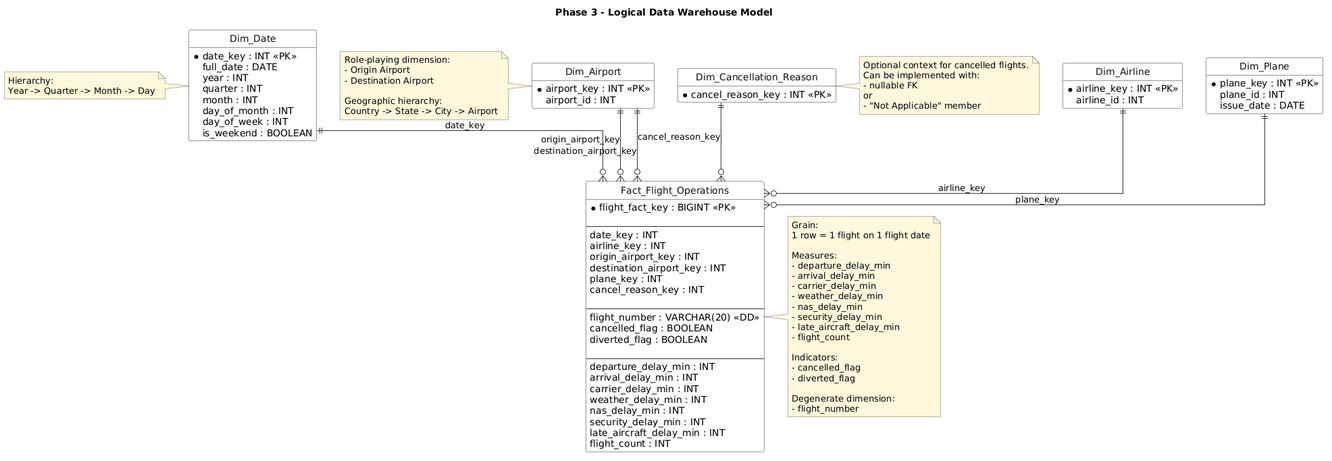
The PlantUML diagram docs/phase3/phase3.png in piotrek1459/flight-delays-data-warehouse, before a commit.
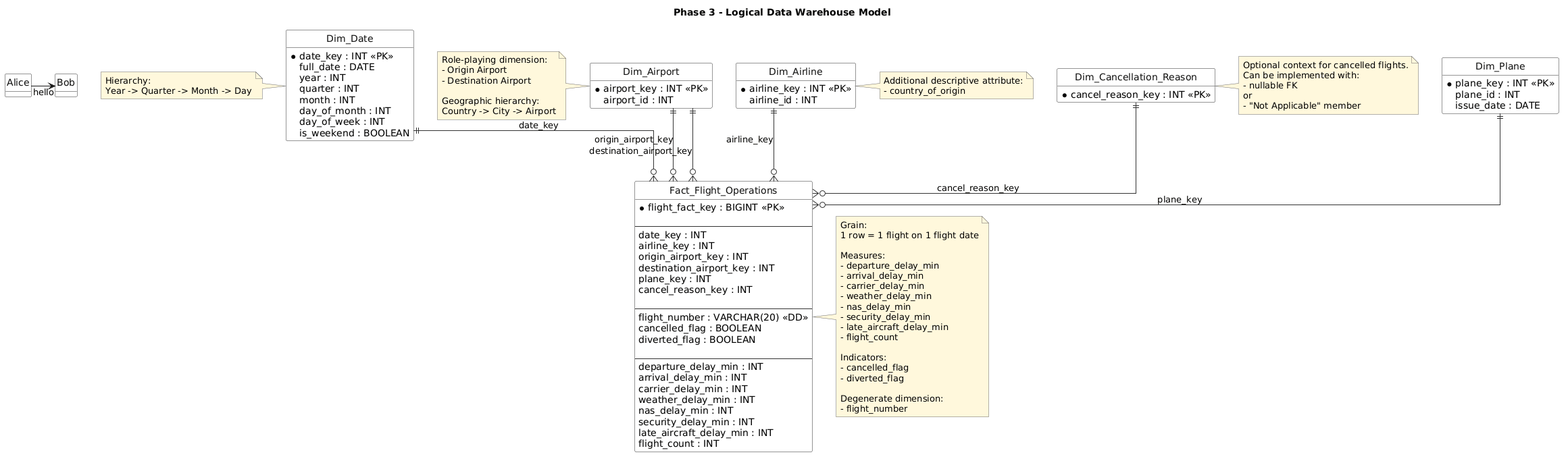
Above is the later version.

Change to the diagram source:
```diff
@@ -1,4 +1,7 @@
 @startuml
+Alice -> Bob : hello
+
+
 hide circle
 hide methods
 skinparam backgroundColor white
@@ -64,6 +67,7 @@
   iata_code : VARCHAR(10)
   airline_code : VARCHAR(20)
   airline_name : VARCHAR(100)
+  country_of_origin : VARCHAR(100)
 }
 
 entity "Dim_Airport" as DIM_AIRPORT {
@@ -72,7 +76,6 @@
   iata_code : VARCHAR(10)
   airport_name : VARCHAR(150)
   city : VARCHAR(100)
-  state : VARCHAR(100)
   country : VARCHAR(100)
   latitude : DECIMAL(9,6)
   longitude : DECIMAL(9,6)
@@ -134,7 +137,12 @@
 - Destination Airport
 
 Geographic hierarchy:
-Country -> State -> City -> Airport
+Country -> City -> Airport
+end note
+
+note right of DIM_AIRLINE
+Additional descriptive attribute:
+- country_of_origin
 end note
 
 note right of DIM_CANCEL
```
